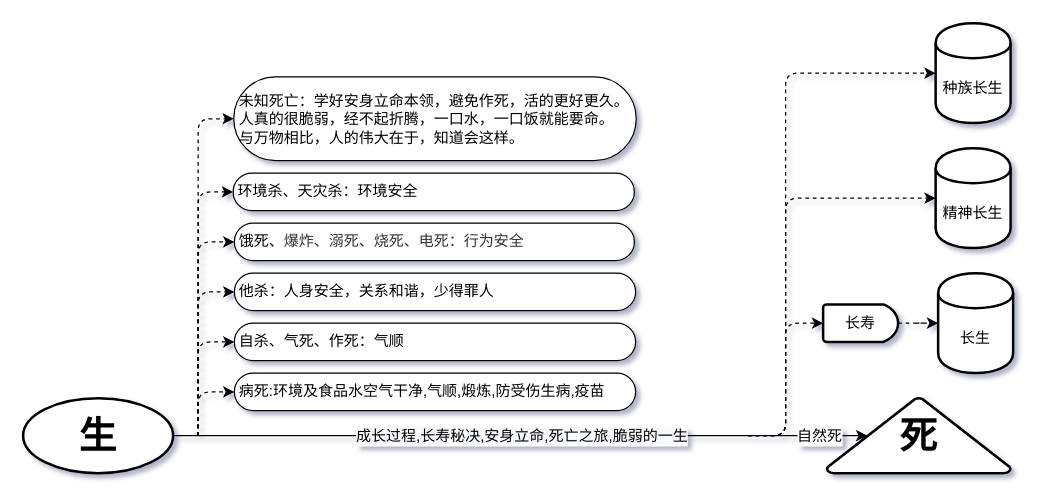
The draw.io diagram page "第 3 页" (3 of 3) of 未命名绘图.drawio in chenhaothink/Test, before the edit. Source tidied: cells renumbered, new cells numbered last; positions are measured from the earlier drawing's top-left corner, leaving out a move shared by most shapes. Both pictures are drawn from the tidied source at 125%, with x=0, y=0 at pixel (22, 22).
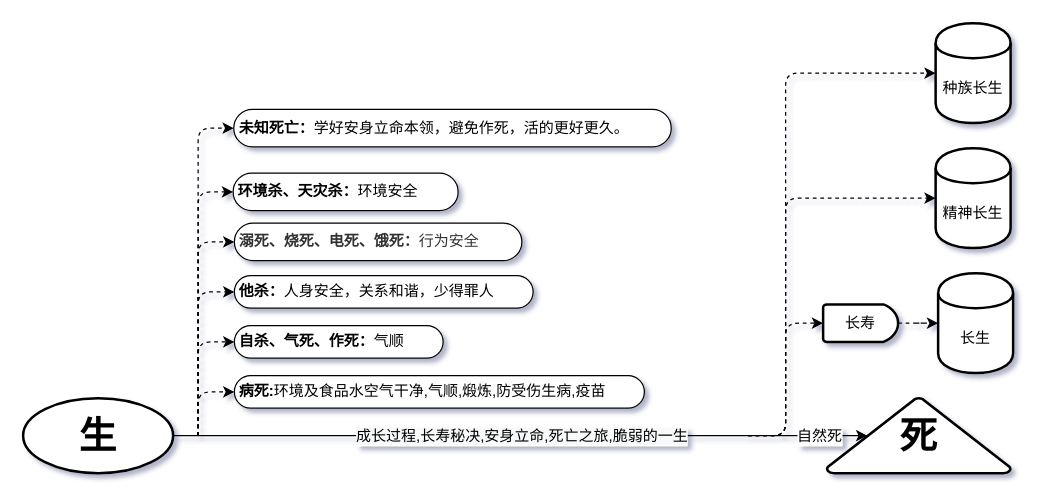
Above is the later version.

The edit, as a diff of the source:
```diff
@@
-    <mxCell id="14" value="&lt;div&gt;&lt;font style=&quot;font-size: 12px&quot;&gt;&lt;span&gt;饿死、&lt;/span&gt;&lt;span style=&quot;color: rgb(51 , 51 , 51) ; font-family: &amp;quot;arial&amp;quot; , sans-serif ; background-color: rgb(255 , 255 , 255)&quot;&gt;爆炸、&lt;/span&gt;&lt;span&gt;&lt;font color=&quot;#333333&quot; face=&quot;arial, sans-serif&quot;&gt;溺死、烧死、电死：行为安全&lt;/font&gt;&lt;/span&gt;&lt;/font&gt;&lt;/div&gt;" style="whiteSpace=wrap;html=1;rounded=1;arcSize=50;align=left;verticalAlign=middle;strokeWidth=1;spacing=4;newEdgeStyle={&quot;edgeStyle&quot;:&quot;entityRelationEdgeStyle&quot;,&quot;startArrow&quot;:&quot;none&quot;,&quot;endArrow&quot;:&quot;none&quot;,&quot;segment&quot;:10,&quot;curved&quot;:1};fontSize=12;" parent="1" vertex="1" collapsed="1">
-      <mxGeometry x="169" y="160" width="320" height="30" as="geometry" />
+    <mxCell id="14" value="&lt;div&gt;&lt;font style=&quot;font-size: 12px&quot;&gt;&lt;font color=&quot;#333333&quot; face=&quot;arial, sans-serif&quot;&gt;&lt;b&gt;溺死、烧死、电死、饿死：&lt;/b&gt;行为安全&lt;/font&gt;&lt;/font&gt;&lt;/div&gt;" style="whiteSpace=wrap;html=1;rounded=1;arcSize=50;align=left;verticalAlign=middle;strokeWidth=1;spacing=4;newEdgeStyle={&quot;edgeStyle&quot;:&quot;entityRelationEdgeStyle&quot;,&quot;startArrow&quot;:&quot;none&quot;,&quot;endArrow&quot;:&quot;none&quot;,&quot;segment&quot;:10,&quot;curved&quot;:1};fontSize=12;" parent="1" vertex="1" collapsed="1">
+      <mxGeometry x="169" y="160" width="230" height="30" as="geometry" />
     </mxCell>
-    <mxCell id="15" value="病死:环境及食品水空气干净,气顺,煅炼,防受伤生病,疫苗" style="whiteSpace=wrap;html=1;rounded=1;arcSize=50;align=left;verticalAlign=middle;strokeWidth=1;spacing=4;newEdgeStyle={&quot;edgeStyle&quot;:&quot;entityRelationEdgeStyle&quot;,&quot;startArrow&quot;:&quot;none&quot;,&quot;endArrow&quot;:&quot;none&quot;,&quot;segment&quot;:10,&quot;curved&quot;:1};fontSize=12;" parent="1" vertex="1">
-      <mxGeometry x="169" y="280" width="321" height="30" as="geometry" />
+    <mxCell id="15" value="&lt;b&gt;病死:&lt;/b&gt;环境及食品水空气干净,气顺,煅炼,防受伤生病,疫苗" style="whiteSpace=wrap;html=1;rounded=1;arcSize=50;align=left;verticalAlign=middle;strokeWidth=1;spacing=4;newEdgeStyle={&quot;edgeStyle&quot;:&quot;entityRelationEdgeStyle&quot;,&quot;startArrow&quot;:&quot;none&quot;,&quot;endArrow&quot;:&quot;none&quot;,&quot;segment&quot;:10,&quot;curved&quot;:1};fontSize=12;" parent="1" vertex="1">
+      <mxGeometry x="169" y="282" width="328" height="26" as="geometry" />
     </mxCell>
-    <mxCell id="16" value="环境杀、天灾杀：环境安全" style="whiteSpace=wrap;html=1;rounded=1;arcSize=50;align=left;verticalAlign=middle;strokeWidth=1;spacing=4;newEdgeStyle={&quot;edgeStyle&quot;:&quot;entityRelationEdgeStyle&quot;,&quot;startArrow&quot;:&quot;none&quot;,&quot;endArrow&quot;:&quot;none&quot;,&quot;segment&quot;:10,&quot;curved&quot;:1};fontSize=12;" parent="1" vertex="1">
-      <mxGeometry x="168" y="120" width="321" height="30" as="geometry" />
+    <mxCell id="16" value="&lt;b&gt;环境杀、天灾杀：&lt;/b&gt;环境安全" style="whiteSpace=wrap;html=1;rounded=1;arcSize=50;align=left;verticalAlign=middle;strokeWidth=1;spacing=4;newEdgeStyle={&quot;edgeStyle&quot;:&quot;entityRelationEdgeStyle&quot;,&quot;startArrow&quot;:&quot;none&quot;,&quot;endArrow&quot;:&quot;none&quot;,&quot;segment&quot;:10,&quot;curved&quot;:1};fontSize=12;" parent="1" vertex="1">
+      <mxGeometry x="168" y="120" width="180" height="30" as="geometry" />
     </mxCell>
@@
-    <mxCell id="18" value="自杀、气死、作死：气顺" style="whiteSpace=wrap;html=1;rounded=1;arcSize=50;align=left;verticalAlign=middle;strokeWidth=1;spacing=4;newEdgeStyle={&quot;edgeStyle&quot;:&quot;entityRelationEdgeStyle&quot;,&quot;startArrow&quot;:&quot;none&quot;,&quot;endArrow&quot;:&quot;none&quot;,&quot;segment&quot;:10,&quot;curved&quot;:1};fontSize=12;" parent="1" vertex="1">
-      <mxGeometry x="169" y="240" width="321" height="30" as="geometry" />
+    <mxCell id="18" value="&lt;b&gt;自杀、气死、作死：&lt;/b&gt;气顺" style="whiteSpace=wrap;html=1;rounded=1;arcSize=50;align=left;verticalAlign=middle;strokeWidth=1;spacing=4;newEdgeStyle={&quot;edgeStyle&quot;:&quot;entityRelationEdgeStyle&quot;,&quot;startArrow&quot;:&quot;none&quot;,&quot;endArrow&quot;:&quot;none&quot;,&quot;segment&quot;:10,&quot;curved&quot;:1};fontSize=12;" parent="1" vertex="1">
+      <mxGeometry x="169" y="242" width="167" height="26" as="geometry" />
     </mxCell>
-    <mxCell id="19" value="&lt;span style=&quot;&quot;&gt;他杀：人身安全，关系和谐，少得罪人&lt;/span&gt;" style="whiteSpace=wrap;html=1;rounded=1;arcSize=50;align=left;verticalAlign=middle;strokeWidth=1;spacing=4;newEdgeStyle={&quot;edgeStyle&quot;:&quot;entityRelationEdgeStyle&quot;,&quot;startArrow&quot;:&quot;none&quot;,&quot;endArrow&quot;:&quot;none&quot;,&quot;segment&quot;:10,&quot;curved&quot;:1};fontSize=12;" parent="1" vertex="1">
-      <mxGeometry x="169" y="200" width="321" height="30" as="geometry" />
+    <mxCell id="19" value="&lt;b&gt;他杀：&lt;/b&gt;人身安全，关系和谐，少得罪人" style="whiteSpace=wrap;html=1;rounded=1;arcSize=50;align=left;verticalAlign=middle;strokeWidth=1;spacing=4;newEdgeStyle={&quot;edgeStyle&quot;:&quot;entityRelationEdgeStyle&quot;,&quot;startArrow&quot;:&quot;none&quot;,&quot;endArrow&quot;:&quot;none&quot;,&quot;segment&quot;:10,&quot;curved&quot;:1};fontSize=12;" parent="1" vertex="1">
+      <mxGeometry x="169" y="202" width="239" height="26" as="geometry" />
     </mxCell>
@@
-    <mxCell id="25" value="未知死亡：学好安身立命本领，避免作死，活的更好更久。人真的很脆弱，经不起折腾，一口水，一口饭就能要命。&lt;br&gt;与万物相比，人的伟大在于，知道会这样。" style="whiteSpace=wrap;html=1;rounded=1;arcSize=50;align=left;verticalAlign=middle;strokeWidth=1;spacing=4;newEdgeStyle={&quot;edgeStyle&quot;:&quot;entityRelationEdgeStyle&quot;,&quot;startArrow&quot;:&quot;none&quot;,&quot;endArrow&quot;:&quot;none&quot;,&quot;segment&quot;:10,&quot;curved&quot;:1};fontSize=12;" parent="1" vertex="1">
-      <mxGeometry x="168.5" y="43" width="322" height="67" as="geometry" />
+    <mxCell id="25" value="&lt;b&gt;未知死亡：&lt;/b&gt;学好安身立命本领，避免作死，活的更好更久。" style="whiteSpace=wrap;html=1;rounded=1;arcSize=50;align=left;verticalAlign=middle;strokeWidth=1;spacing=4;newEdgeStyle={&quot;edgeStyle&quot;:&quot;entityRelationEdgeStyle&quot;,&quot;startArrow&quot;:&quot;none&quot;,&quot;endArrow&quot;:&quot;none&quot;,&quot;segment&quot;:10,&quot;curved&quot;:1};fontSize=12;" parent="1" vertex="1">
+      <mxGeometry x="168.5" y="69" width="350" height="30" as="geometry" />
     </mxCell>
```
